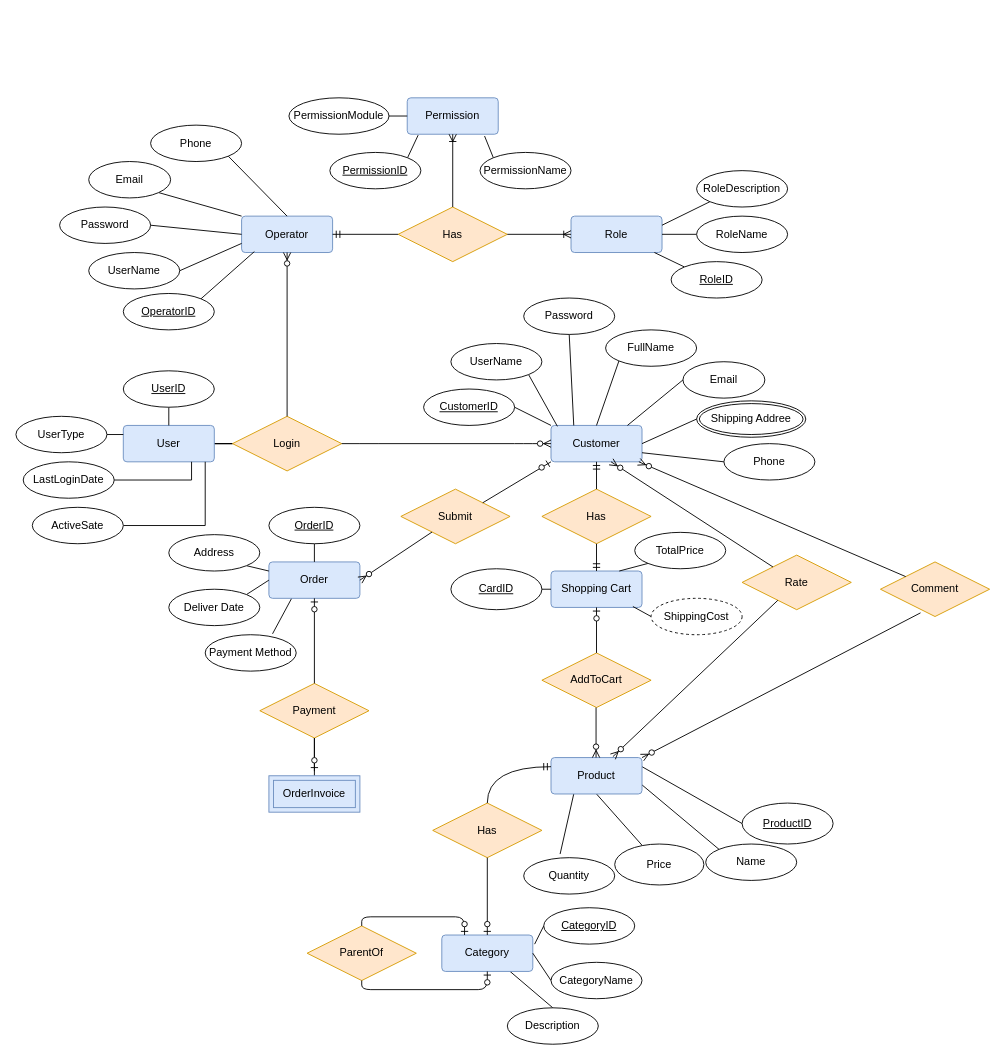
This is Untitled Diagram.drawio from zeinab-hajhosseini/Online-shop-ERD, a draw.io file, before an edit. Source tidied: cells renumbered, new cells numbered last; positions are measured from the earlier drawing's top-left corner, leaving out a move shared by most shapes. Both pictures are drawn from the tidied source at 91%, with x=0, y=0 at pixel (15, 97).
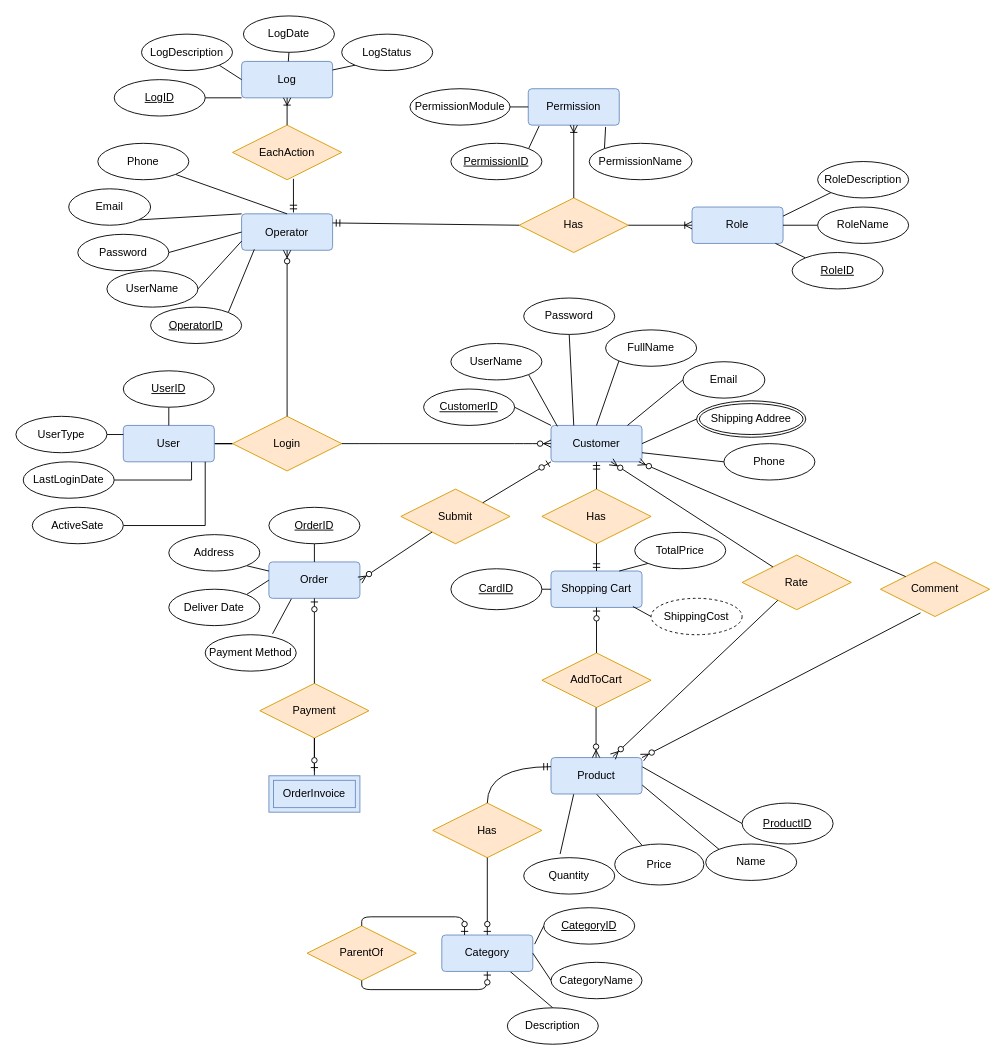
The same page after the edit.

What changed in the source:
```diff
@@
     <mxCell id="86" value="Operator" style="rounded=1;arcSize=10;whiteSpace=wrap;html=1;align=center;fillColor=#dae8fc;strokeColor=#6c8ebf;" parent="1" vertex="1">
-      <mxGeometry x="248" y="130" width="100" height="40" as="geometry" />
+      <mxGeometry x="248" y="127.5" width="100" height="40" as="geometry" />
     </mxCell>
@@
     <mxCell id="89" value="&lt;div&gt;OperatorID&lt;/div&gt;" style="ellipse;whiteSpace=wrap;html=1;align=center;fontStyle=4;" parent="1" vertex="1">
-      <mxGeometry x="118" y="215" width="100" height="40" as="geometry" />
+      <mxGeometry x="148" y="230" width="100" height="40" as="geometry" />
     </mxCell>
@@
     <mxCell id="91" value="UserName" style="ellipse;whiteSpace=wrap;html=1;align=center;" parent="1" vertex="1">
-      <mxGeometry x="80" y="170" width="100" height="40" as="geometry" />
+      <mxGeometry x="100" y="190" width="100" height="40" as="geometry" />
     </mxCell>
@@
     <mxCell id="93" value="Password" style="ellipse;whiteSpace=wrap;html=1;align=center;" parent="1" vertex="1">
-      <mxGeometry x="48" y="120" width="100" height="40" as="geometry" />
+      <mxGeometry x="68" y="150" width="100" height="40" as="geometry" />
     </mxCell>
@@
     <mxCell id="95" value="Email" style="ellipse;whiteSpace=wrap;html=1;align=center;fontStyle=0;" parent="1" vertex="1">
-      <mxGeometry x="80" y="70" width="90" height="40" as="geometry" />
+      <mxGeometry x="58" y="100" width="90" height="40" as="geometry" />
     </mxCell>
@@
     <mxCell id="97" value="Phone" style="ellipse;whiteSpace=wrap;html=1;align=center;fontStyle=0;" parent="1" vertex="1">
-      <mxGeometry x="148" y="30" width="100" height="40" as="geometry" />
+      <mxGeometry x="90" y="50" width="100" height="40" as="geometry" />
     </mxCell>
@@
     <mxCell id="100" value="Has" style="shape=rhombus;perimeter=rhombusPerimeter;whiteSpace=wrap;html=1;align=center;fillColor=#ffe6cc;strokeColor=#d79b00;" parent="1" vertex="1">
-      <mxGeometry x="420" y="120" width="120" height="60" as="geometry" />
+      <mxGeometry x="553" y="110" width="120" height="60" as="geometry" />
     </mxCell>
     <mxCell id="101" value="Role" style="rounded=1;arcSize=10;whiteSpace=wrap;html=1;align=center;fillColor=#dae8fc;strokeColor=#6c8ebf;" parent="1" vertex="1">
-      <mxGeometry x="610" y="130" width="100" height="40" as="geometry" />
+      <mxGeometry x="743" y="120" width="100" height="40" as="geometry" />
     </mxCell>
@@
     <mxCell id="103" value="RoleID" style="ellipse;whiteSpace=wrap;html=1;align=center;fontStyle=4;" parent="1" vertex="1">
-      <mxGeometry x="720" y="180" width="100" height="40" as="geometry" />
+      <mxGeometry x="853" y="170" width="100" height="40" as="geometry" />
     </mxCell>
@@
     <mxCell id="105" value="RoleName" style="ellipse;whiteSpace=wrap;html=1;align=center;" parent="1" vertex="1">
-      <mxGeometry x="748" y="130" width="100" height="40" as="geometry" />
+      <mxGeometry x="881" y="120" width="100" height="40" as="geometry" />
     </mxCell>
@@
     <mxCell id="107" value="RoleDescription" style="ellipse;whiteSpace=wrap;html=1;align=center;" parent="1" vertex="1">
-      <mxGeometry x="748" y="80" width="100" height="40" as="geometry" />
+      <mxGeometry x="881" y="70" width="100" height="40" as="geometry" />
     </mxCell>
-    <mxCell id="108" style="fontSize=12;html=1;endArrow=ERmandOne;entryX=1;entryY=0.5;entryDx=0;entryDy=0;exitX=0;exitY=0.5;exitDx=0;exitDy=0;" parent="1" edge="1" source="100" target="86">
+    <mxCell id="108" style="fontSize=12;html=1;endArrow=ERmandOne;exitX=0;exitY=0.5;exitDx=0;exitDy=0;entryX=1;entryY=0.25;entryDx=0;entryDy=0;" parent="1" edge="1" source="100" target="86">
       <mxGeometry relative="1" as="geometry" />
     </mxCell>
@@
     <mxCell id="110" value="Permission" style="rounded=1;arcSize=10;whiteSpace=wrap;html=1;align=center;fillColor=#dae8fc;strokeColor=#6c8ebf;" parent="1" vertex="1">
-      <mxGeometry x="430" width="100" height="40" as="geometry" />
+      <mxGeometry x="563" y="-10" width="100" height="40" as="geometry" />
     </mxCell>
@@
     <mxCell id="112" value="PermissionID" style="ellipse;whiteSpace=wrap;html=1;align=center;fontStyle=4;" parent="1" vertex="1">
-      <mxGeometry x="345" y="60" width="100" height="40" as="geometry" />
+      <mxGeometry x="478" y="50" width="100" height="40" as="geometry" />
     </mxCell>
@@
     <mxCell id="114" value="PermissionModule" style="ellipse;whiteSpace=wrap;html=1;align=center;" parent="1" vertex="1">
-      <mxGeometry x="300" width="110" height="40" as="geometry" />
+      <mxGeometry x="433" y="-10" width="110" height="40" as="geometry" />
     </mxCell>
@@
     <mxCell id="116" value="PermissionName" style="ellipse;whiteSpace=wrap;html=1;align=center;" parent="1" vertex="1">
-      <mxGeometry x="510" y="60" width="100" height="40" as="geometry" />
+      <mxGeometry x="630" y="50" width="113" height="40" as="geometry" />
     </mxCell>
@@
+    <mxCell id="118" value="EachAction" style="shape=rhombus;perimeter=rhombusPerimeter;whiteSpace=wrap;html=1;align=center;fillColor=#ffe6cc;strokeColor=#d79b00;" parent="1" vertex="1">
+      <mxGeometry x="238" y="30" width="120" height="60" as="geometry" />
+    </mxCell>
+    <mxCell id="119" style="fontSize=12;html=1;endArrow=ERmandOne;exitX=0.558;exitY=0.983;exitDx=0;exitDy=0;exitPerimeter=0;" parent="1" edge="1" source="118">
+      <mxGeometry relative="1" as="geometry">
+        <mxPoint x="305" y="126" as="targetPoint" />
+      </mxGeometry>
+    </mxCell>
+    <mxCell id="120" value="Log" style="rounded=1;arcSize=10;whiteSpace=wrap;html=1;align=center;fillColor=#dae8fc;strokeColor=#6c8ebf;" parent="1" vertex="1">
+      <mxGeometry x="248" y="-40" width="100" height="40" as="geometry" />
+    </mxCell>
+    <mxCell id="121" style="edgeStyle=none;rounded=0;jettySize=auto;html=1;exitX=1;exitY=0.5;exitDx=0;exitDy=0;entryX=0;entryY=1;entryDx=0;entryDy=0;endArrow=none;endFill=0;" parent="1" edge="1" source="122" target="120">
+      <mxGeometry relative="1" as="geometry" />
+    </mxCell>
+    <mxCell id="122" value="LogID" style="ellipse;whiteSpace=wrap;html=1;align=center;fontStyle=4;" parent="1" vertex="1">
+      <mxGeometry x="108" y="-20" width="100" height="40" as="geometry" />
+    </mxCell>
+    <mxCell id="123" style="edgeStyle=none;rounded=0;jettySize=auto;html=1;exitX=1;exitY=1;exitDx=0;exitDy=0;entryX=0;entryY=0.5;entryDx=0;entryDy=0;endArrow=none;endFill=0;" parent="1" edge="1" source="124" target="120">
+      <mxGeometry relative="1" as="geometry" />
+    </mxCell>
+    <mxCell id="124" value="LogDescription" style="ellipse;whiteSpace=wrap;html=1;align=center;" parent="1" vertex="1">
+      <mxGeometry x="138" y="-70" width="100" height="40" as="geometry" />
+    </mxCell>
+    <mxCell id="125" style="edgeStyle=none;rounded=0;jettySize=auto;html=1;exitX=0.5;exitY=1;exitDx=0;exitDy=0;endArrow=none;endFill=0;" parent="1" edge="1" source="126" target="120">
+      <mxGeometry relative="1" as="geometry" />
+    </mxCell>
+    <mxCell id="126" value="LogDate" style="ellipse;whiteSpace=wrap;html=1;align=center;" parent="1" vertex="1">
+      <mxGeometry x="250" y="-90" width="100" height="40" as="geometry" />
+    </mxCell>
+    <mxCell id="127" style="edgeStyle=none;rounded=0;jettySize=auto;html=1;exitX=0;exitY=1;exitDx=0;exitDy=0;endArrow=none;endFill=0;" parent="1" edge="1" source="128" target="120">
+      <mxGeometry relative="1" as="geometry" />
+    </mxCell>
+    <mxCell id="128" value="LogStatus" style="ellipse;whiteSpace=wrap;html=1;align=center;" parent="1" vertex="1">
+      <mxGeometry x="358" y="-70" width="100" height="40" as="geometry" />
+    </mxCell>
+    <mxCell id="129" style="fontSize=12;html=1;endArrow=ERoneToMany;exitX=0.5;exitY=0;exitDx=0;exitDy=0;" parent="1" edge="1" source="118" target="120">
+      <mxGeometry relative="1" as="geometry" />
+    </mxCell>
```
